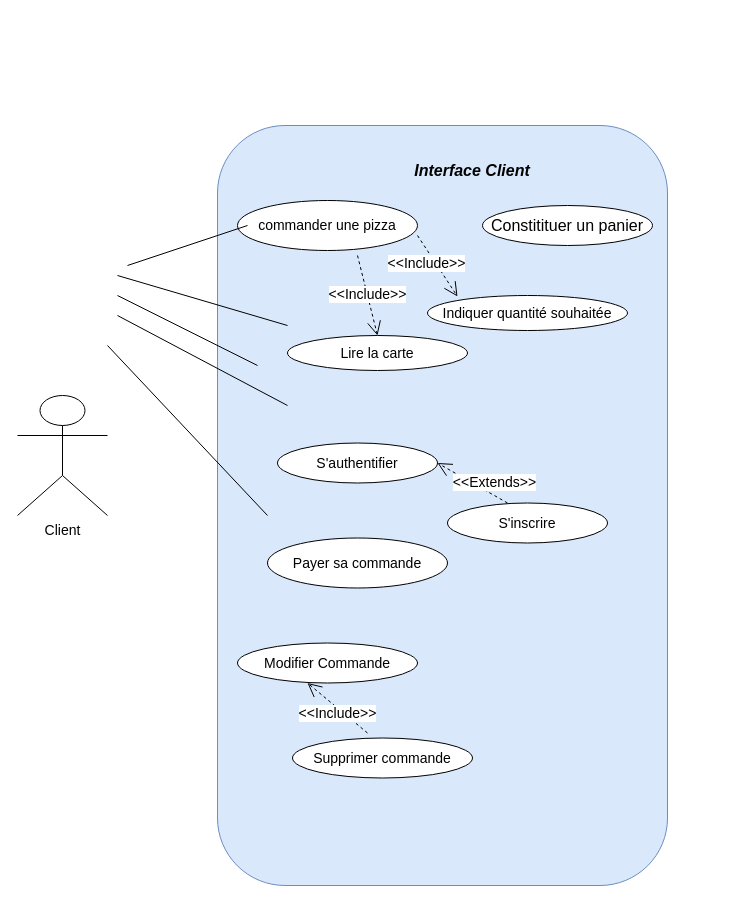
The draw.io diagram page "Page-3" (3 of 3) of P5-UseCase-definotion.drawio in Ketut38/OC-P5-Pizza, before the edit. Source tidied: cells renumbered, new cells numbered last; positions are measured from the earlier drawing's top-left corner, leaving out a move shared by most shapes. Both pictures are drawn from the tidied source at 100%, with x=0, y=0 at pixel (17, 125).
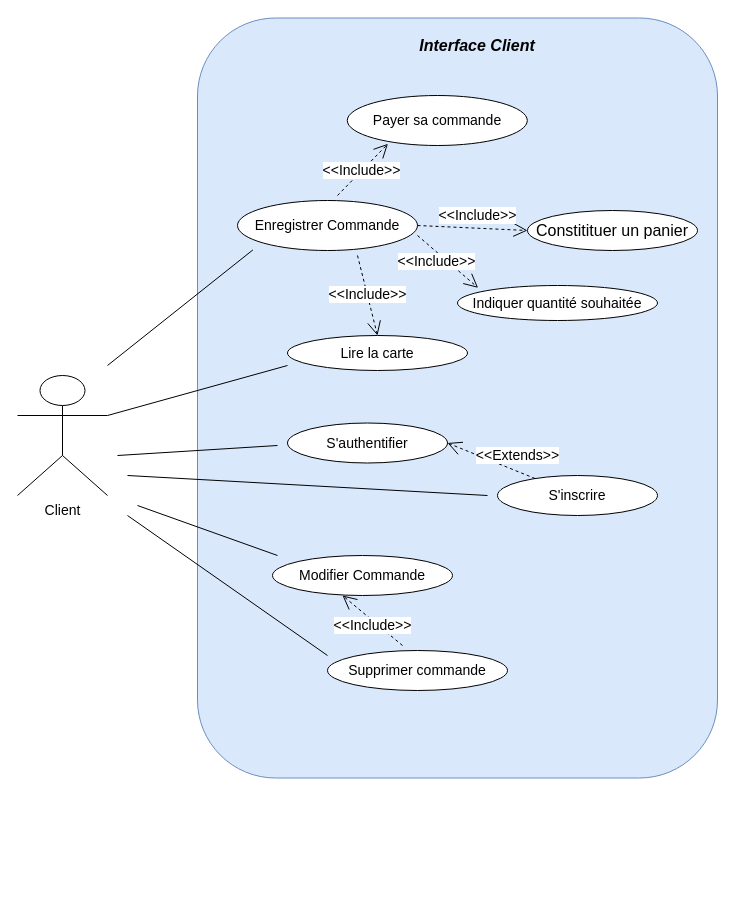
After the change.

The edit, as a diff of the source:
```diff
@@
     <mxCell id="2" style="rounded=1;whiteSpace=wrap;html=1;fontSize=14;align=center;fillColor=#dae8fc;strokeColor=#6c8ebf;direction=south;fontStyle=2;" parent="1" vertex="1">
-      <mxGeometry x="200" width="450" height="760" as="geometry" />
+      <mxGeometry x="180" y="-107.5" width="520" height="760" as="geometry" />
     </mxCell>
     <mxCell id="3" value="Payer sa commande" style="ellipse;whiteSpace=wrap;html=1;fontSize=14;align=center;" parent="1" vertex="1">
-      <mxGeometry x="250" y="412.5" width="180" height="50" as="geometry" />
+      <mxGeometry x="329.8" y="-30" width="180" height="50" as="geometry" />
     </mxCell>
     <mxCell id="4" value="Modifier Commande" style="ellipse;whiteSpace=wrap;html=1;fontSize=14;align=center;" parent="1" vertex="1">
-      <mxGeometry x="220" y="517.5" width="180" height="40" as="geometry" />
+      <mxGeometry x="255" y="430" width="180" height="40" as="geometry" />
     </mxCell>
     <mxCell id="5" value="Constitituer un panier" style="ellipse;whiteSpace=wrap;html=1;fontSize=16;align=center;" parent="1" vertex="1">
-      <mxGeometry x="465" y="80" width="170" height="40" as="geometry" />
+      <mxGeometry x="510" y="85" width="170" height="40" as="geometry" />
     </mxCell>
-    <mxCell id="6" value="commander une pizza" style="ellipse;whiteSpace=wrap;html=1;fontSize=14;align=center;" parent="1" vertex="1">
+    <mxCell id="6" value="Enregistrer Commande" style="ellipse;whiteSpace=wrap;html=1;fontSize=14;align=center;" parent="1" vertex="1">
       <mxGeometry x="220" y="75" width="180" height="50" as="geometry" />
     </mxCell>
     <mxCell id="7" value="S'authentifier" style="ellipse;whiteSpace=wrap;html=1;fontSize=14;align=center;" parent="1" vertex="1">
-      <mxGeometry x="260" y="317.5" width="160" height="40" as="geometry" />
+      <mxGeometry x="270" y="297.5" width="160" height="40" as="geometry" />
     </mxCell>
@@
     <mxCell id="9" value="&lt;b&gt;&lt;i&gt;Interface Client&lt;/i&gt;&lt;/b&gt;" style="text;html=1;strokeColor=none;fillColor=none;align=center;verticalAlign=middle;whiteSpace=wrap;rounded=0;fontSize=16;" parent="1" vertex="1">
-      <mxGeometry x="360" y="35" width="190" height="20" as="geometry" />
+      <mxGeometry x="365" y="-90" width="190" height="20" as="geometry" />
     </mxCell>
     <mxCell id="10" value="Client" style="shape=umlActor;verticalLabelPosition=bottom;labelBackgroundColor=#ffffff;verticalAlign=top;html=1;fontSize=14;align=center;" parent="1" vertex="1">
-      <mxGeometry y="270" width="90" height="120" as="geometry" />
+      <mxGeometry y="250" width="90" height="120" as="geometry" />
     </mxCell>
     <mxCell id="11" value="S'inscrire" style="ellipse;whiteSpace=wrap;html=1;fontSize=14;align=center;" parent="1" vertex="1">
-      <mxGeometry x="430" y="377.5" width="160" height="40" as="geometry" />
+      <mxGeometry x="480" y="350" width="160" height="40" as="geometry" />
     </mxCell>
     <mxCell id="12" value="Supprimer commande" style="ellipse;whiteSpace=wrap;html=1;fontSize=14;align=center;" parent="1" vertex="1">
-      <mxGeometry x="275" y="612.5" width="180" height="40" as="geometry" />
+      <mxGeometry x="310" y="525" width="180" height="40" as="geometry" />
     </mxCell>
     <mxCell id="13" style="endArrow=none;html=1;fontSize=16;fontColor=#35FF0D;" parent="1" edge="1">
       <mxGeometry relative="1" as="geometry">
-        <mxPoint x="100" y="150" as="sourcePoint" />
-        <mxPoint x="270" y="200" as="targetPoint" />
+        <mxPoint x="90" y="290" as="sourcePoint" />
+        <mxPoint x="270" y="240" as="targetPoint" />
       </mxGeometry>
     </mxCell>
-    <mxCell id="14" style="endArrow=none;html=1;fontSize=16;fontColor=#35FF0D;" parent="1" edge="1">
-      <mxGeometry relative="1" as="geometry">
-        <mxPoint x="100" y="170" as="sourcePoint" />
-        <mxPoint x="240" y="240" as="targetPoint" />
-      </mxGeometry>
-    </mxCell>
     <mxCell id="15" style="endArrow=none;html=1;fontSize=16;fontColor=#35FF0D;" parent="1" edge="1">
       <mxGeometry relative="1" as="geometry">
-        <mxPoint x="100" y="190" as="sourcePoint" />
-        <mxPoint x="270" y="280" as="targetPoint" />
+        <mxPoint x="100" y="330" as="sourcePoint" />
+        <mxPoint x="260" y="320" as="targetPoint" />
       </mxGeometry>
     </mxCell>
-    <mxCell id="16" style="endArrow=none;html=1;fontSize=16;fontColor=#35FF0D;" parent="1" edge="1">
-      <mxGeometry relative="1" as="geometry">
-        <mxPoint x="110" y="140" as="sourcePoint" />
-        <mxPoint x="230" y="100" as="targetPoint" />
-      </mxGeometry>
-    </mxCell>
     <mxCell id="17" style="endArrow=none;html=1;fontSize=16;fontColor=#35FF0D;" parent="1" edge="1">
       <mxGeometry relative="1" as="geometry">
-        <mxPoint x="90" y="220" as="sourcePoint" />
-        <mxPoint x="250" y="390" as="targetPoint" />
+        <mxPoint x="110" y="350" as="sourcePoint" />
+        <mxPoint x="470" y="370" as="targetPoint" />
       </mxGeometry>
     </mxCell>
     <mxCell id="18" value="&lt;font color=&quot;#000000&quot; style=&quot;font-size: 14px&quot;&gt;&amp;lt;&amp;lt;Include&amp;gt;&amp;gt;&lt;/font&gt;" style="endArrow=open;endSize=12;dashed=1;html=1;fontSize=14;fontColor=#35FF0D;" parent="1" edge="1">
       <mxGeometry x="-0.08" y="4" relative="1" as="geometry">
-        <mxPoint x="350" y="607.5" as="sourcePoint" />
-        <mxPoint x="290" y="557.5" as="targetPoint" />
+        <mxPoint x="385" y="520" as="sourcePoint" />
+        <mxPoint x="325" y="470" as="targetPoint" />
       </mxGeometry>
     </mxCell>
-    <mxCell id="19" value="&lt;font color=&quot;#000000&quot; style=&quot;font-size: 14px&quot;&gt;&amp;lt;&amp;lt;Extends&amp;gt;&amp;gt;&lt;/font&gt;" style="endArrow=open;endSize=12;dashed=1;html=1;fontSize=14;fontColor=#35FF0D;entryX=1;entryY=0.5;entryDx=0;entryDy=0;" parent="1" edge="1" target="7">
-      <mxGeometry x="-0.46" y="-11" relative="1" as="geometry">
-        <mxPoint x="490" y="377.5" as="sourcePoint" />
-        <mxPoint x="1" as="offset" />
-      </mxGeometry>
+    <mxCell id="19" value="&lt;font color=&quot;#000000&quot; style=&quot;font-size: 14px&quot;&gt;&amp;lt;&amp;lt;Extends&amp;gt;&amp;gt;&lt;/font&gt;" style="endArrow=open;endSize=12;dashed=1;html=1;fontSize=14;fontColor=#35FF0D;entryX=1;entryY=0.5;entryDx=0;entryDy=0;" parent="1" edge="1" source="11" target="7">
+      <mxGeometry x="-0.47" y="-15" relative="1" as="geometry" />
     </mxCell>
@@
     <mxCell id="21" value="Indiquer quantité souhaitée" style="ellipse;whiteSpace=wrap;html=1;fontSize=14;align=center;" parent="1" vertex="1">
-      <mxGeometry x="410" y="170" width="200" height="35" as="geometry" />
+      <mxGeometry x="440" y="160" width="200" height="35" as="geometry" />
     </mxCell>
-    <mxCell id="22" value="&lt;font color=&quot;#000000&quot; style=&quot;font-size: 14px&quot;&gt;&amp;lt;&amp;lt;Include&amp;gt;&amp;gt;&lt;/font&gt;" style="endArrow=open;endSize=12;dashed=1;html=1;fontSize=14;fontColor=#35FF0D;" parent="1" edge="1">
+    <mxCell id="22" value="&lt;font color=&quot;#000000&quot; style=&quot;font-size: 14px&quot;&gt;&amp;lt;&amp;lt;Include&amp;gt;&amp;gt;&lt;/font&gt;" style="endArrow=open;endSize=12;dashed=1;html=1;fontSize=14;fontColor=#35FF0D;entryX=0.103;entryY=0.067;entryDx=0;entryDy=0;entryPerimeter=0;" parent="1" edge="1" target="21">
       <mxGeometry x="-0.2" y="-7" relative="1" as="geometry">
         <mxPoint x="400" y="110" as="sourcePoint" />
-        <mxPoint x="440" y="171" as="targetPoint" />
         <mxPoint x="-1" as="offset" />
       </mxGeometry>
     </mxCell>
+    <mxCell id="23" value="&lt;font color=&quot;#000000&quot; style=&quot;font-size: 14px&quot;&gt;&amp;lt;&amp;lt;Include&amp;gt;&amp;gt;&lt;/font&gt;" style="endArrow=open;endSize=12;dashed=1;html=1;fontSize=14;fontColor=#35FF0D;exitX=1;exitY=0.5;exitDx=0;exitDy=0;entryX=0;entryY=0.5;entryDx=0;entryDy=0;" parent="1" edge="1" source="6" target="5">
+      <mxGeometry x="0.08" y="13" relative="1" as="geometry" />
+    </mxCell>
+    <mxCell id="24" value="&lt;font color=&quot;#000000&quot; style=&quot;font-size: 14px&quot;&gt;&amp;lt;&amp;lt;Include&amp;gt;&amp;gt;&lt;/font&gt;" style="endArrow=open;endSize=12;dashed=1;html=1;fontSize=14;fontColor=#35FF0D;entryX=0.226;entryY=0.966;entryDx=0;entryDy=0;entryPerimeter=0;" parent="1" edge="1" target="3">
+      <mxGeometry x="-0.04" relative="1" as="geometry">
+        <mxPoint x="320" y="70" as="sourcePoint" />
+      </mxGeometry>
+    </mxCell>
+    <mxCell id="25" style="endArrow=none;html=1;fontSize=16;fontColor=#35FF0D;entryX=0.03;entryY=0.787;entryDx=0;entryDy=0;entryPerimeter=0;" parent="1" edge="1">
+      <mxGeometry relative="1" as="geometry">
+        <mxPoint x="90" y="240" as="sourcePoint" />
+        <mxPoint x="235.4" y="124.4" as="targetPoint" />
+      </mxGeometry>
+    </mxCell>
+    <mxCell id="26" style="endArrow=none;html=1;fontSize=16;fontColor=#35FF0D;" parent="1" edge="1">
+      <mxGeometry relative="1" as="geometry">
+        <mxPoint x="120" y="380" as="sourcePoint" />
+        <mxPoint x="260" y="430" as="targetPoint" />
+      </mxGeometry>
+    </mxCell>
+    <mxCell id="27" style="endArrow=none;html=1;fontSize=16;fontColor=#35FF0D;" parent="1" edge="1">
+      <mxGeometry relative="1" as="geometry">
+        <mxPoint x="110" y="390" as="sourcePoint" />
+        <mxPoint x="310" y="530" as="targetPoint" />
+      </mxGeometry>
+    </mxCell>
```
